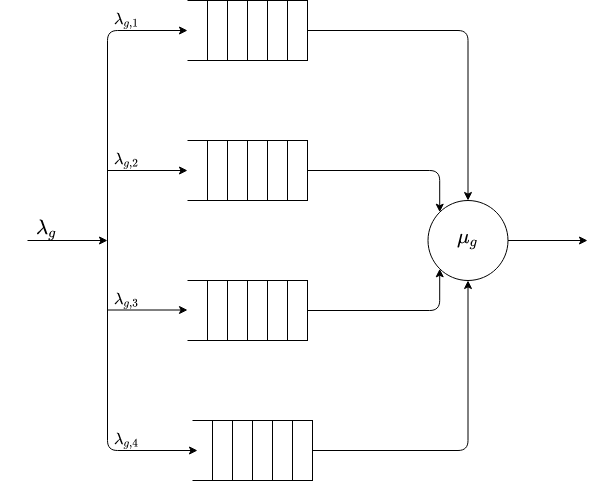
Above: doc/figs/validazione-modello-analitico-1b.png in tibwere/pmcsn-project (draw.io), before the change. Source tidied: cells renumbered, new cells last; positions are measured from the earlier drawing's top-left corner, leaving out a move shared by most shapes.
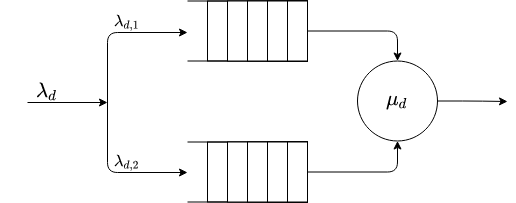
Above is the later version.

Commit message:
Completato il primo caso di validazione (blocco arrivi SR)

Diff of the diagram source:
```diff
@@ -3,7 +3,7 @@
     <mxCell id="0" />
     <mxCell id="1" parent="0" />
     <mxCell id="2" style="group;" parent="1" vertex="1">
-      <mxGeometry x="160" width="120" height="60" as="geometry" />
+      <mxGeometry x="960" y="298.5" width="120" height="60" as="geometry" />
     </mxCell>
     <mxCell id="3" style="rounded=0;whiteSpace=wrap;html=1;" parent="2" vertex="1">
       <mxGeometry x="20" width="100" height="60" as="geometry" />
@@ -38,190 +38,86 @@
     <mxCell id="10" style="rounded=0;whiteSpace=wrap;html=1;shadow=0;" parent="2" vertex="1">
       <mxGeometry x="100" width="20" height="60" as="geometry" />
     </mxCell>
-    <mxCell id="11" style="group;" parent="1" vertex="1">
-      <mxGeometry x="160" y="140" width="120" height="60" as="geometry" />
+    <mxCell id="11" style="edgeStyle=orthogonalEdgeStyle;rounded=1;jettySize=auto;html=1;" parent="1" edge="1" source="12">
+      <mxGeometry relative="1" as="geometry">
+        <mxPoint x="1280" y="399" as="targetPoint" />
+      </mxGeometry>
     </mxCell>
-    <mxCell id="12" style="rounded=0;whiteSpace=wrap;html=1;" parent="11" vertex="1">
-      <mxGeometry x="20" width="100" height="60" as="geometry" />
+    <mxCell id="12" style="ellipse;whiteSpace=wrap;html=1;shadow=0;fontSize=14;strokeWidth=1;" parent="1" vertex="1">
+      <mxGeometry x="1130" y="358.5" width="80" height="80" as="geometry" />
     </mxCell>
-    <mxCell id="13" style="endArrow=none;html=1;" parent="11" edge="1">
-      <mxGeometry relative="1" as="geometry">
-        <mxPoint as="sourcePoint" />
-        <mxPoint x="120" as="targetPoint" />
-      </mxGeometry>
+    <mxCell id="13" style="group;" parent="1" vertex="1">
+      <mxGeometry x="960" y="439.5" width="120" height="60" as="geometry" />
     </mxCell>
-    <mxCell id="14" style="endArrow=none;html=1;" parent="11" edge="1">
-      <mxGeometry relative="1" as="geometry">
-        <mxPoint x="120" y="60" as="sourcePoint" />
-        <mxPoint x="120" as="targetPoint" />
-      </mxGeometry>
+    <mxCell id="14" style="rounded=0;whiteSpace=wrap;html=1;" parent="13" vertex="1">
+      <mxGeometry x="20" width="100" height="60" as="geometry" />
     </mxCell>
-    <mxCell id="15" style="endArrow=none;html=1;" parent="11" edge="1">
+    <mxCell id="15" style="endArrow=none;html=1;" parent="13" edge="1">
       <mxGeometry relative="1" as="geometry">
-        <mxPoint y="60" as="sourcePoint" />
-        <mxPoint x="120" y="60" as="targetPoint" />
+        <mxPoint as="sourcePoint" />
+        <mxPoint x="120" as="targetPoint" />
       </mxGeometry>
     </mxCell>
-    <mxCell id="16" style="rounded=0;whiteSpace=wrap;html=1;shadow=0;" parent="11" vertex="1">
-      <mxGeometry x="40" width="80" height="60" as="geometry" />
+    <mxCell id="16" style="endArrow=none;html=1;" parent="13" edge="1">
+      <mxGeometry relative="1" as="geometry">
+        <mxPoint x="120" y="60" as="sourcePoint" />
+        <mxPoint x="120" as="targetPoint" />
+      </mxGeometry>
     </mxCell>
-    <mxCell id="17" style="rounded=0;whiteSpace=wrap;html=1;shadow=0;" parent="11" vertex="1">
-      <mxGeometry x="60" width="60" height="60" as="geometry" />
+    <mxCell id="17" style="endArrow=none;html=1;" parent="13" edge="1">
+      <mxGeometry relative="1" as="geometry">
+        <mxPoint y="60" as="sourcePoint" />
+        <mxPoint x="120" y="60" as="targetPoint" />
+      </mxGeometry>
     </mxCell>
-    <mxCell id="18" style="rounded=0;whiteSpace=wrap;html=1;shadow=0;" parent="11" vertex="1">
-      <mxGeometry x="80" width="40" height="60" as="geometry" />
+    <mxCell id="18" style="rounded=0;whiteSpace=wrap;html=1;shadow=0;" parent="13" vertex="1">
+      <mxGeometry x="40" width="80" height="60" as="geometry" />
     </mxCell>
-    <mxCell id="19" style="rounded=0;whiteSpace=wrap;html=1;shadow=0;" parent="11" vertex="1">
-      <mxGeometry x="100" width="20" height="60" as="geometry" />
+    <mxCell id="19" style="rounded=0;whiteSpace=wrap;html=1;shadow=0;" parent="13" vertex="1">
+      <mxGeometry x="60" width="60" height="60" as="geometry" />
     </mxCell>
-    <mxCell id="20" style="group;" parent="1" vertex="1">
-      <mxGeometry x="160" y="280" width="120" height="60" as="geometry" />
+    <mxCell id="20" style="rounded=0;whiteSpace=wrap;html=1;shadow=0;" parent="13" vertex="1">
+      <mxGeometry x="80" width="40" height="60" as="geometry" />
     </mxCell>
-    <mxCell id="21" style="rounded=0;whiteSpace=wrap;html=1;" parent="20" vertex="1">
-      <mxGeometry x="20" width="100" height="60" as="geometry" />
+    <mxCell id="21" style="rounded=0;whiteSpace=wrap;html=1;shadow=0;" parent="13" vertex="1">
+      <mxGeometry x="100" width="20" height="60" as="geometry" />
     </mxCell>
-    <mxCell id="22" style="endArrow=none;html=1;" parent="20" edge="1">
-      <mxGeometry relative="1" as="geometry">
-        <mxPoint as="sourcePoint" />
-        <mxPoint x="120" as="targetPoint" />
-      </mxGeometry>
+    <mxCell id="22" style="edgeStyle=orthogonalEdgeStyle;rounded=1;jettySize=auto;html=1;entryX=0.5;entryY=0;entryDx=0;entryDy=0;" parent="1" edge="1" source="10" target="12">
+      <mxGeometry relative="1" as="geometry" />
     </mxCell>
-    <mxCell id="23" style="endArrow=none;html=1;" parent="20" edge="1">
+    <mxCell id="23" style="edgeStyle=orthogonalEdgeStyle;rounded=1;jettySize=auto;html=1;entryX=0.5;entryY=1;entryDx=0;entryDy=0;" parent="1" edge="1" source="21" target="12">
       <mxGeometry relative="1" as="geometry">
-        <mxPoint x="120" y="60" as="sourcePoint" />
-        <mxPoint x="120" as="targetPoint" />
+        <Array as="points">
+          <mxPoint x="1170" y="470" />
+        </Array>
       </mxGeometry>
     </mxCell>
-    <mxCell id="24" style="endArrow=none;html=1;" parent="20" edge="1">
-      <mxGeometry relative="1" as="geometry">
-        <mxPoint y="60" as="sourcePoint" />
-        <mxPoint x="120" y="60" as="targetPoint" />
-      </mxGeometry>
+    <mxCell id="24" value="&lt;div&gt;\(\lambda_{d,1}\)&lt;/div&gt;" style="text;html=1;strokeColor=none;fillColor=none;align=center;verticalAlign=middle;whiteSpace=wrap;rounded=0;" parent="1" vertex="1">
+      <mxGeometry x="880" y="309.5" width="40" height="20" as="geometry" />
     </mxCell>
-    <mxCell id="25" style="rounded=0;whiteSpace=wrap;html=1;shadow=0;" parent="20" vertex="1">
-      <mxGeometry x="40" width="80" height="60" as="geometry" />
+    <mxCell id="25" value="&lt;div&gt;\(\lambda_{d,2}\)&lt;/div&gt;" style="text;html=1;strokeColor=none;fillColor=none;align=center;verticalAlign=middle;whiteSpace=wrap;rounded=0;" parent="1" vertex="1">
+      <mxGeometry x="880" y="450" width="40" height="20" as="geometry" />
     </mxCell>
-    <mxCell id="26" style="rounded=0;whiteSpace=wrap;html=1;shadow=0;" parent="20" vertex="1">
-      <mxGeometry x="60" width="60" height="60" as="geometry" />
+    <mxCell id="26" value="&lt;div style=&quot;font-size: 16px;&quot;&gt;\(\mu_d\)&lt;/div&gt;" style="text;html=1;strokeColor=none;fillColor=none;align=center;verticalAlign=middle;whiteSpace=wrap;rounded=0;fontSize=16;" parent="1" vertex="1">
+      <mxGeometry x="1150" y="388.5" width="40" height="20" as="geometry" />
     </mxCell>
-    <mxCell id="27" style="rounded=0;whiteSpace=wrap;html=1;shadow=0;" parent="20" vertex="1">
-      <mxGeometry x="80" width="40" height="60" as="geometry" />
+    <mxCell id="27" style="endArrow=classic;html=1;fontSize=16;edgeStyle=elbowEdgeStyle;startArrow=classic;startFill=1;" parent="1" edge="1">
+      <mxGeometry relative="1" as="geometry">
+        <mxPoint x="960" y="470" as="sourcePoint" />
+        <mxPoint x="960" y="330" as="targetPoint" />
+        <Array as="points">
+          <mxPoint x="880" y="400" />
+        </Array>
+      </mxGeometry>
     </mxCell>
-    <mxCell id="28" style="rounded=0;whiteSpace=wrap;html=1;shadow=0;" parent="20" vertex="1">
-      <mxGeometry x="100" width="20" height="60" as="geometry" />
+    <mxCell id="28" style="endArrow=classic;html=1;fontSize=16;" parent="1" edge="1">
+      <mxGeometry relative="1" as="geometry">
+        <mxPoint x="800" y="400" as="sourcePoint" />
+        <mxPoint x="880" y="400" as="targetPoint" />
+      </mxGeometry>
     </mxCell>
-    <mxCell id="29" style="group;" parent="1" vertex="1">
-      <mxGeometry x="165" y="420" width="120" height="60" as="geometry" />
+    <mxCell id="29" value="&lt;div style=&quot;font-size: 16px&quot;&gt;\(\lambda_d\)&lt;/div&gt;" style="text;html=1;strokeColor=none;fillColor=none;align=center;verticalAlign=middle;whiteSpace=wrap;rounded=0;fontSize=16;" parent="1" vertex="1">
+      <mxGeometry x="800" y="380" width="40" height="20" as="geometry" />
     </mxCell>
-    <mxCell id="30" style="rounded=0;whiteSpace=wrap;html=1;" parent="29" vertex="1">
-      <mxGeometry x="20" width="100" height="60" as="geometry" />
-    </mxCell>
-    <mxCell id="31" style="endArrow=none;html=1;" parent="29" edge="1">
-      <mxGeometry relative="1" as="geometry">
-        <mxPoint as="sourcePoint" />
-        <mxPoint x="120" as="targetPoint" />
-      </mxGeometry>
-    </mxCell>
-    <mxCell id="32" style="endArrow=none;html=1;" parent="29" edge="1">
-      <mxGeometry relative="1" as="geometry">
-        <mxPoint x="120" y="60" as="sourcePoint" />
-        <mxPoint x="120" as="targetPoint" />
-      </mxGeometry>
-    </mxCell>
-    <mxCell id="33" style="endArrow=none;html=1;" parent="29" edge="1">
-      <mxGeometry relative="1" as="geometry">
-        <mxPoint y="60" as="sourcePoint" />
-        <mxPoint x="120" y="60" as="targetPoint" />
-      </mxGeometry>
-    </mxCell>
-    <mxCell id="34" style="rounded=0;whiteSpace=wrap;html=1;shadow=0;" parent="29" vertex="1">
-      <mxGeometry x="40" width="80" height="60" as="geometry" />
-    </mxCell>
-    <mxCell id="35" style="rounded=0;whiteSpace=wrap;html=1;shadow=0;" parent="29" vertex="1">
-      <mxGeometry x="60" width="60" height="60" as="geometry" />
-    </mxCell>
-    <mxCell id="36" style="rounded=0;whiteSpace=wrap;html=1;shadow=0;" parent="29" vertex="1">
-      <mxGeometry x="80" width="40" height="60" as="geometry" />
-    </mxCell>
-    <mxCell id="37" style="rounded=0;whiteSpace=wrap;html=1;shadow=0;" parent="29" vertex="1">
-      <mxGeometry x="100" width="20" height="60" as="geometry" />
-    </mxCell>
-    <mxCell id="38" style="edgeStyle=orthogonalEdgeStyle;rounded=1;jettySize=auto;html=1;" parent="1" edge="1" source="39">
-      <mxGeometry relative="1" as="geometry">
-        <mxPoint x="560" y="240" as="targetPoint" />
-      </mxGeometry>
-    </mxCell>
-    <mxCell id="39" style="ellipse;whiteSpace=wrap;html=1;shadow=0;fontSize=14;fillColor=#FFFFFF;gradientColor=none;" parent="1" vertex="1">
-      <mxGeometry x="400.5" y="200" width="80" height="80" as="geometry" />
-    </mxCell>
-    <mxCell id="40" style="edgeStyle=orthogonalEdgeStyle;rounded=1;jettySize=auto;html=1;" parent="1" edge="1" source="10" target="39">
-      <mxGeometry relative="1" as="geometry" />
-    </mxCell>
-    <mxCell id="41" style="edgeStyle=orthogonalEdgeStyle;rounded=1;jettySize=auto;html=1;entryX=0;entryY=0;entryDx=0;entryDy=0;" parent="1" edge="1" source="19" target="39">
-      <mxGeometry relative="1" as="geometry">
-        <Array as="points">
-          <mxPoint x="412" y="170" />
-        </Array>
-      </mxGeometry>
-    </mxCell>
-    <mxCell id="42" style="edgeStyle=orthogonalEdgeStyle;rounded=1;jettySize=auto;html=1;entryX=0;entryY=1;entryDx=0;entryDy=0;" parent="1" edge="1" source="28" target="39">
-      <mxGeometry relative="1" as="geometry">
-        <Array as="points">
-          <mxPoint x="412" y="310" />
-        </Array>
-      </mxGeometry>
-    </mxCell>
-    <mxCell id="43" style="edgeStyle=orthogonalEdgeStyle;rounded=1;jettySize=auto;html=1;entryX=0.5;entryY=1;entryDx=0;entryDy=0;exitX=1;exitY=0.5;exitDx=0;exitDy=0;" parent="1" edge="1" source="37" target="39">
-      <mxGeometry relative="1" as="geometry">
-        <Array as="points">
-          <mxPoint x="441" y="450" />
-        </Array>
-      </mxGeometry>
-    </mxCell>
-    <mxCell id="44" value="&lt;div&gt;\(\lambda_{g,1}\)&lt;/div&gt;" style="text;html=1;strokeColor=none;fillColor=none;align=center;verticalAlign=middle;whiteSpace=wrap;rounded=0;" parent="1" vertex="1">
-      <mxGeometry x="80" y="10" width="40" height="20" as="geometry" />
-    </mxCell>
-    <mxCell id="45" value="&lt;div&gt;\(\lambda_{g,2}\)&lt;/div&gt;" style="text;html=1;strokeColor=none;fillColor=none;align=center;verticalAlign=middle;whiteSpace=wrap;rounded=0;" parent="1" vertex="1">
-      <mxGeometry x="80" y="149.5" width="40" height="20" as="geometry" />
-    </mxCell>
-    <mxCell id="46" value="&lt;div&gt;\(\lambda_{g,3}\)&lt;/div&gt;" style="text;html=1;strokeColor=none;fillColor=none;align=center;verticalAlign=middle;whiteSpace=wrap;rounded=0;" parent="1" vertex="1">
-      <mxGeometry x="80" y="289.5" width="40" height="20" as="geometry" />
-    </mxCell>
-    <mxCell id="47" value="&lt;div&gt;\(\lambda_{g,4}\)&lt;/div&gt;" style="text;html=1;strokeColor=none;fillColor=none;align=center;verticalAlign=middle;whiteSpace=wrap;rounded=0;" parent="1" vertex="1">
-      <mxGeometry x="80" y="430" width="40" height="20" as="geometry" />
-    </mxCell>
-    <mxCell id="48" value="&lt;div style=&quot;font-size: 16px;&quot;&gt;\(\mu_g\)&lt;/div&gt;" style="text;html=1;strokeColor=none;fillColor=none;align=center;verticalAlign=middle;whiteSpace=wrap;rounded=0;fontSize=16;" parent="1" vertex="1">
-      <mxGeometry x="420.5" y="230" width="40" height="20" as="geometry" />
-    </mxCell>
-    <mxCell id="49" style="endArrow=classic;html=1;" parent="1" edge="1">
-      <mxGeometry relative="1" as="geometry">
-        <mxPoint x="80" y="309.5" as="sourcePoint" />
-        <mxPoint x="160" y="309.5" as="targetPoint" />
-      </mxGeometry>
-    </mxCell>
-    <mxCell id="50" style="endArrow=classic;html=1;edgeStyle=elbowEdgeStyle;startArrow=classic;startFill=1;" parent="1" edge="1">
-      <mxGeometry relative="1" as="geometry">
-        <mxPoint x="170" y="450" as="sourcePoint" />
-        <mxPoint x="160" y="30" as="targetPoint" />
-        <Array as="points">
-          <mxPoint x="80" y="220" />
-        </Array>
-      </mxGeometry>
-    </mxCell>
-    <mxCell id="51" style="endArrow=classic;html=1;" parent="1" edge="1">
-      <mxGeometry relative="1" as="geometry">
-        <mxPoint x="80" y="170" as="sourcePoint" />
-        <mxPoint x="160" y="170" as="targetPoint" />
-      </mxGeometry>
-    </mxCell>
-    <mxCell id="52" style="endArrow=classic;html=1;" parent="1" edge="1">
-      <mxGeometry relative="1" as="geometry">
-        <mxPoint y="240" as="sourcePoint" />
-        <mxPoint x="80" y="240" as="targetPoint" />
-      </mxGeometry>
-    </mxCell>
-    <mxCell id="53" value="&lt;div style=&quot;font-size: 16px;&quot;&gt;\(\lambda_g\)&lt;/div&gt;" style="text;html=1;strokeColor=none;fillColor=none;align=center;verticalAlign=middle;whiteSpace=wrap;rounded=0;fontSize=16;" parent="1" vertex="1">
-      <mxGeometry y="220" width="40" height="20" as="geometry" />
-    </mxCell>
   </root>
 </mxGraphModel>
```
